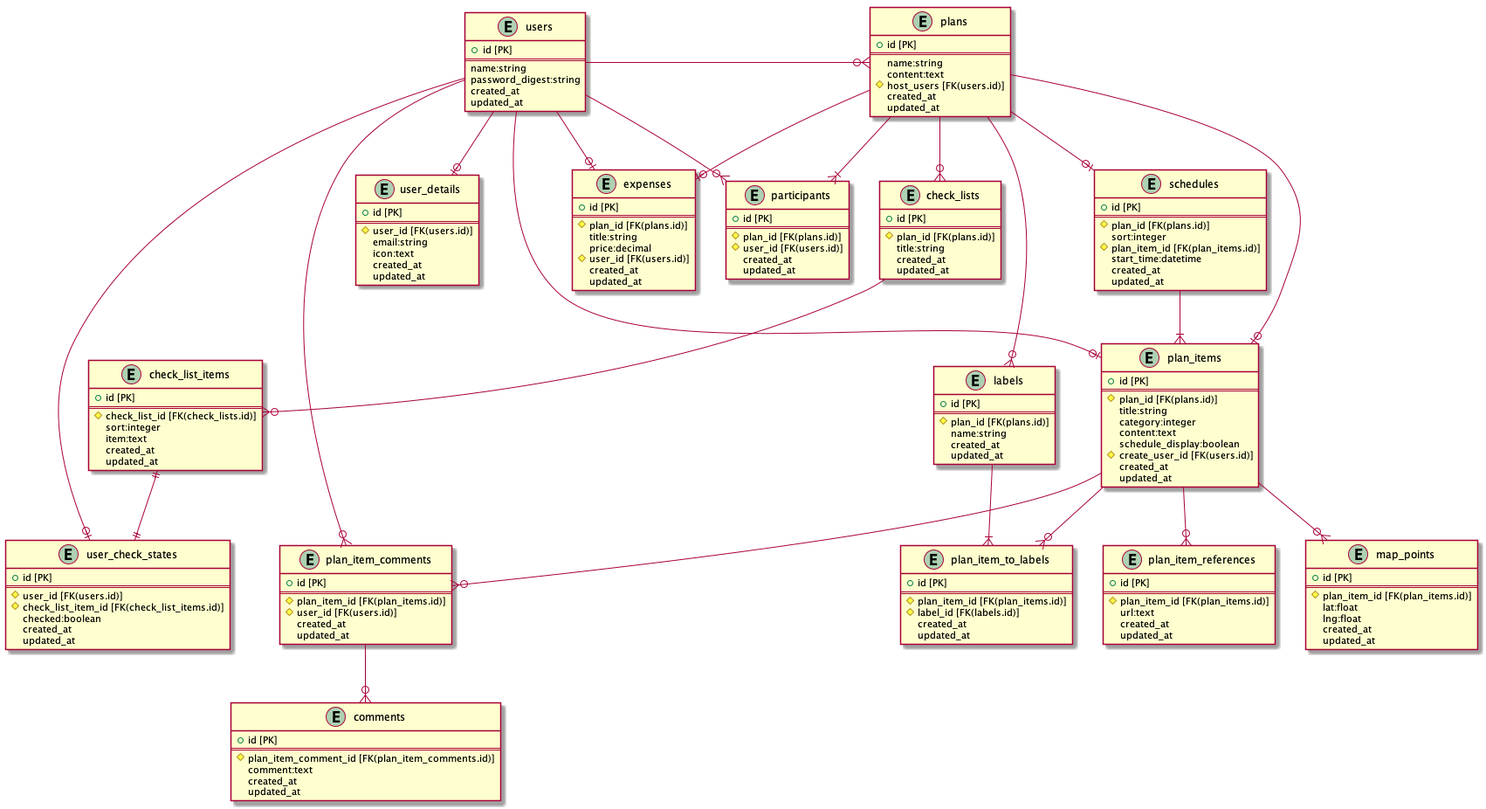
Above: doc/table/EntityRelationship.png in missyu3/our_trip_old (PlantUML), before the change.
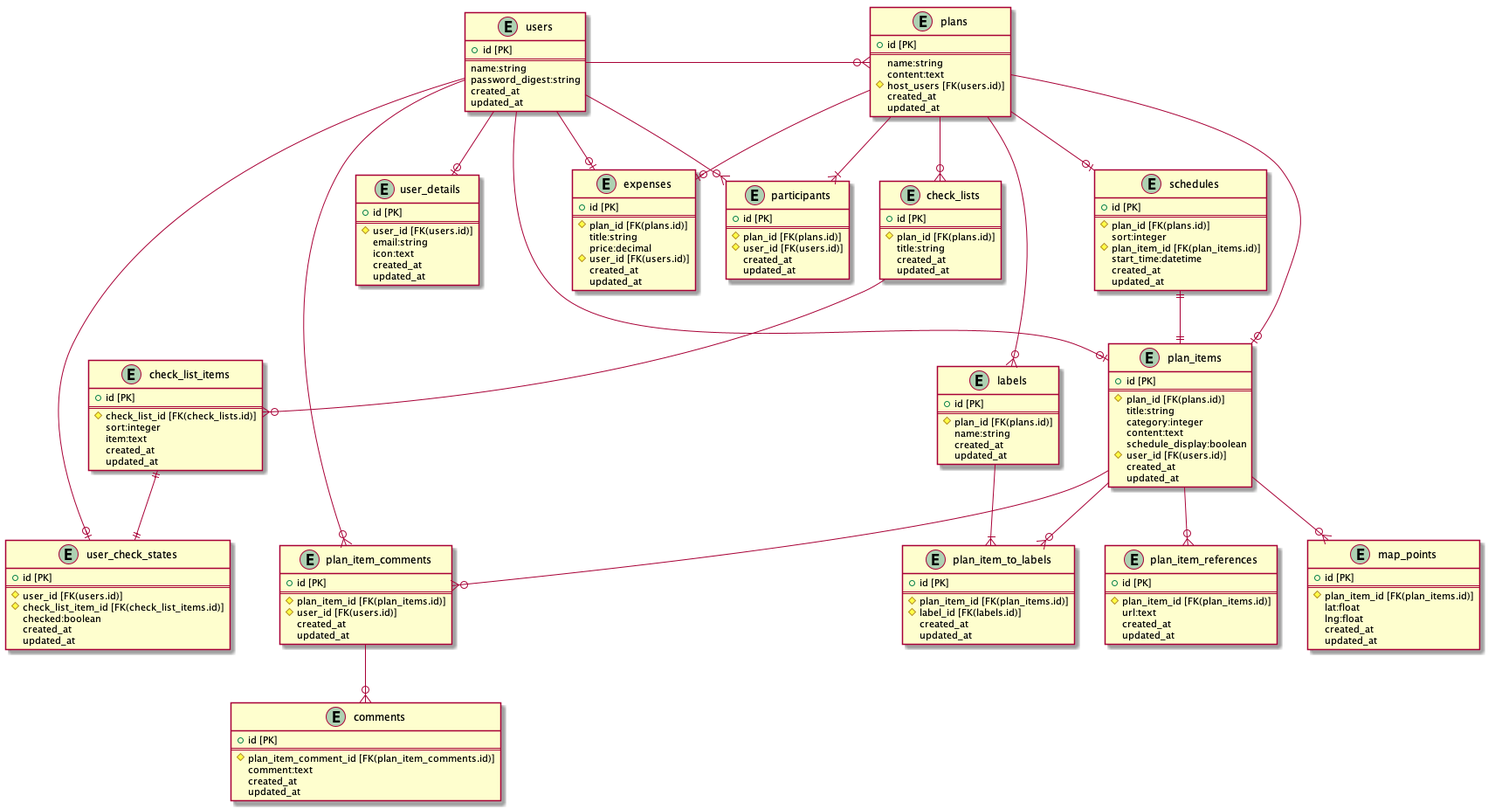
After the change.

Change to the diagram source:
```diff
@@ -57,7 +57,7 @@
     category:integer
     content:text
     schedule_display:boolean
-    # create_user_id [FK(users.id)]
+    # user_id [FK(users.id)]
     created_at
     updated_at
 }
@@ -171,7 +171,7 @@
 plans --o{ labels
 plans --|{ participants
 plans --o{ check_lists
-schedules --|{ plan_items
+schedules ||--|| plan_items
 check_lists --o{ check_list_items
 check_list_items ||--|| user_check_states
 plan_items --o{ plan_item_comments
```
